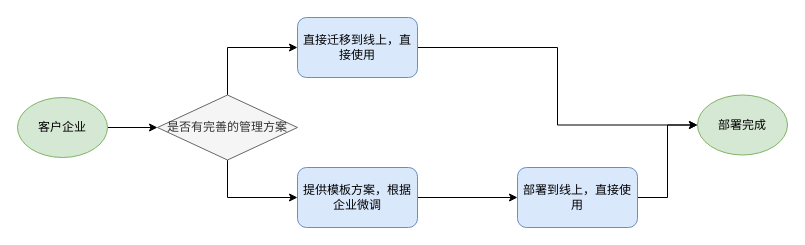
This is Untitled Diagram.drawio from KarryCol/kiki, a draw.io file, before an edit. Source tidied: cells renumbered, new cells numbered last; positions are measured from the earlier drawing's top-left corner, leaving out a move shared by most shapes. Both pictures are drawn from the tidied source at 100%, with x=0, y=0 at pixel (17, 17).
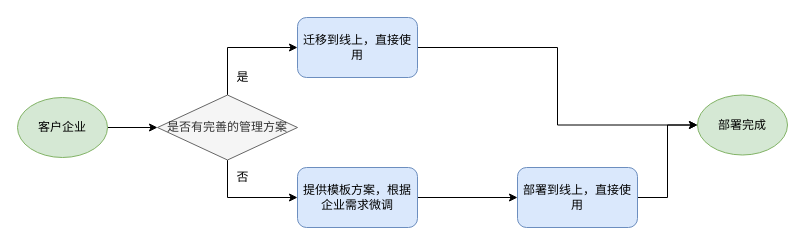
The same diagram, later.

Diff of the diagram source:
```diff
@@
 <mxGraphModel>
   <root>
     <mxCell id="0" />
     <mxCell id="1" parent="0" />
     <mxCell id="2" style="edgeStyle=orthogonalEdgeStyle;rounded=0;jettySize=auto;html=1;exitX=1;exitY=0.5;exitDx=0;exitDy=0;entryX=0;entryY=0.5;entryDx=0;entryDy=0;" parent="1" edge="1" source="3" target="6">
       <mxGeometry relative="1" as="geometry" />
     </mxCell>
     <mxCell id="3" value="客户企业" style="ellipse;whiteSpace=wrap;html=1;fillColor=#d5e8d4;strokeColor=#82b366;" parent="1" vertex="1">
       <mxGeometry y="80" width="90" height="60" as="geometry" />
     </mxCell>
     <mxCell id="4" style="edgeStyle=orthogonalEdgeStyle;rounded=0;jettySize=auto;html=1;exitX=0.5;exitY=0;exitDx=0;exitDy=0;entryX=0;entryY=0.5;entryDx=0;entryDy=0;" parent="1" edge="1" source="6" target="8">
       <mxGeometry relative="1" as="geometry" />
     </mxCell>
     <mxCell id="5" style="edgeStyle=orthogonalEdgeStyle;rounded=0;jettySize=auto;html=1;exitX=0.5;exitY=1;exitDx=0;exitDy=0;entryX=0;entryY=0.5;entryDx=0;entryDy=0;" parent="1" edge="1" source="6" target="10">
       <mxGeometry relative="1" as="geometry" />
     </mxCell>
     <mxCell id="6" value="是否有完善的管理方案" style="rhombus;whiteSpace=wrap;html=1;fillColor=#f5f5f5;strokeColor=#666666;fontColor=#333333;" parent="1" vertex="1">
       <mxGeometry x="140" y="77.5" width="140" height="65" as="geometry" />
     </mxCell>
     <mxCell id="7" style="edgeStyle=orthogonalEdgeStyle;rounded=0;jettySize=auto;html=1;exitX=1;exitY=0.5;exitDx=0;exitDy=0;entryX=0;entryY=0.5;entryDx=0;entryDy=0;" parent="1" edge="1" source="8" target="13">
       <mxGeometry relative="1" as="geometry" />
     </mxCell>
-    <mxCell id="8" value="直接迁移到线上，直接使用" style="rounded=1;whiteSpace=wrap;html=1;fillColor=#dae8fc;strokeColor=#6c8ebf;" parent="1" vertex="1">
+    <mxCell id="8" value="迁移到线上，直接使用" style="rounded=1;whiteSpace=wrap;html=1;fillColor=#dae8fc;strokeColor=#6c8ebf;" parent="1" vertex="1">
       <mxGeometry x="280" width="120" height="60" as="geometry" />
     </mxCell>
     <mxCell id="9" style="edgeStyle=orthogonalEdgeStyle;rounded=0;jettySize=auto;html=1;exitX=1;exitY=0.5;exitDx=0;exitDy=0;entryX=0;entryY=0.5;entryDx=0;entryDy=0;" parent="1" edge="1" source="10" target="12">
       <mxGeometry relative="1" as="geometry" />
     </mxCell>
-    <mxCell id="10" value="提供模板方案，根据企业微调" style="rounded=1;whiteSpace=wrap;html=1;fillColor=#dae8fc;strokeColor=#6c8ebf;" parent="1" vertex="1">
+    <mxCell id="10" value="提供模板方案，根据企业需求微调" style="rounded=1;whiteSpace=wrap;html=1;fillColor=#dae8fc;strokeColor=#6c8ebf;" parent="1" vertex="1">
       <mxGeometry x="280" y="150" width="120" height="60" as="geometry" />
     </mxCell>
     <mxCell id="11" style="edgeStyle=orthogonalEdgeStyle;rounded=0;jettySize=auto;html=1;exitX=1;exitY=0.5;exitDx=0;exitDy=0;entryX=0;entryY=0.5;entryDx=0;entryDy=0;" parent="1" edge="1" source="12" target="13">
       <mxGeometry relative="1" as="geometry" />
     </mxCell>
     <mxCell id="12" value="部署到线上，直接使用" style="rounded=1;whiteSpace=wrap;html=1;fillColor=#dae8fc;strokeColor=#6c8ebf;" parent="1" vertex="1">
       <mxGeometry x="500" y="150" width="120" height="60" as="geometry" />
     </mxCell>
     <mxCell id="13" value="部署完成" style="ellipse;whiteSpace=wrap;html=1;fillColor=#d5e8d4;strokeColor=#82b366;" parent="1" vertex="1">
       <mxGeometry x="680" y="77.5" width="90" height="60" as="geometry" />
     </mxCell>
+    <mxCell id="14" value="是" style="text;html=1;align=center;verticalAlign=middle;" parent="1" vertex="1">
+      <mxGeometry x="210" y="50" width="30" height="20" as="geometry" />
+    </mxCell>
+    <mxCell id="15" value="否" style="text;html=1;align=center;verticalAlign=middle;" parent="1" vertex="1">
+      <mxGeometry x="210" y="150" width="30" height="20" as="geometry" />
+    </mxCell>
   </root>
 </mxGraphModel>
```
